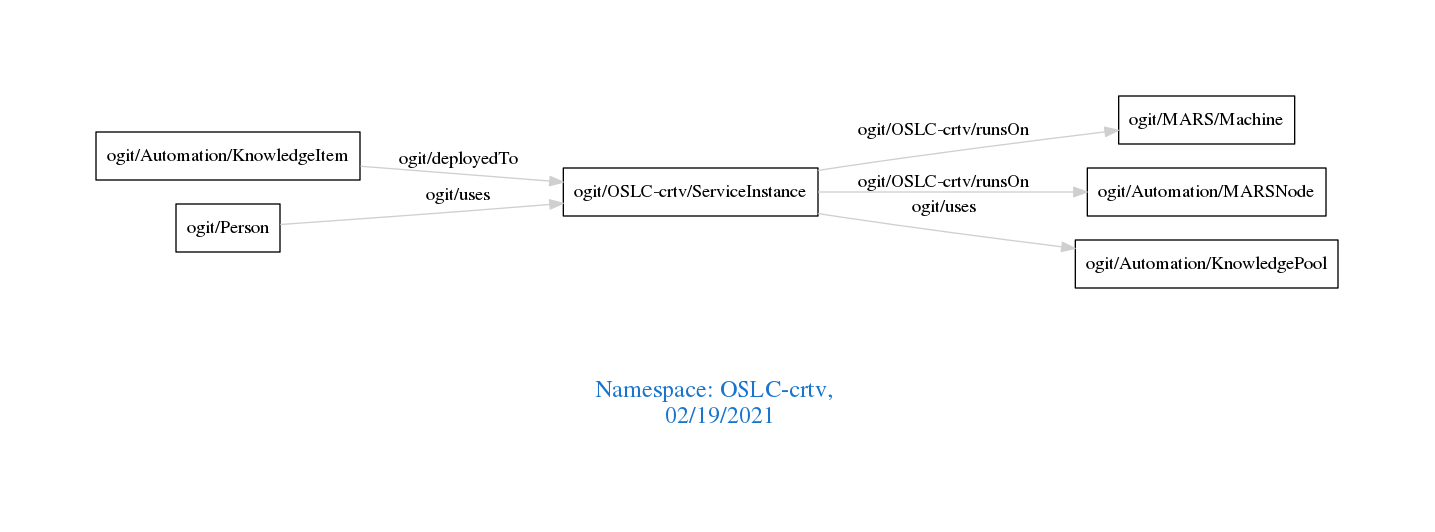
This is downloads/OSLC-crtv.png from arago/OGIT, a Graphviz export, as it was before one commit. Its source is kept beside it as downloads/OSLC-crtv.dot.
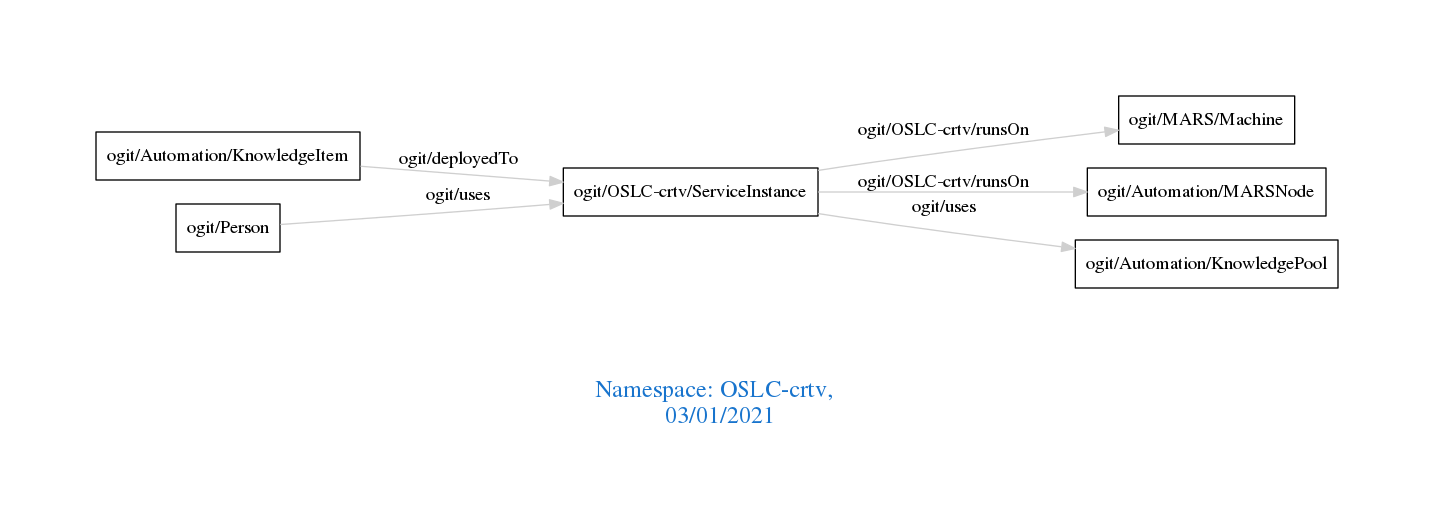
After the change.

Change to the diagram source:
```diff
@@ -1,7 +1,7 @@
 digraph OGIT_ontology {
  graph [ rankdir= LR,pad=1
 fontsize = 18,
-fontcolor= dodgerblue3,label = "\n\n\nNamespace: OSLC-crtv, \n 02/19/2021"];
+fontcolor= dodgerblue3,label = "\n\n\nNamespace: OSLC-crtv, \n 03/01/2021"];
 node[shape=polygon];
 edge [  color="gray81"];
 
```
